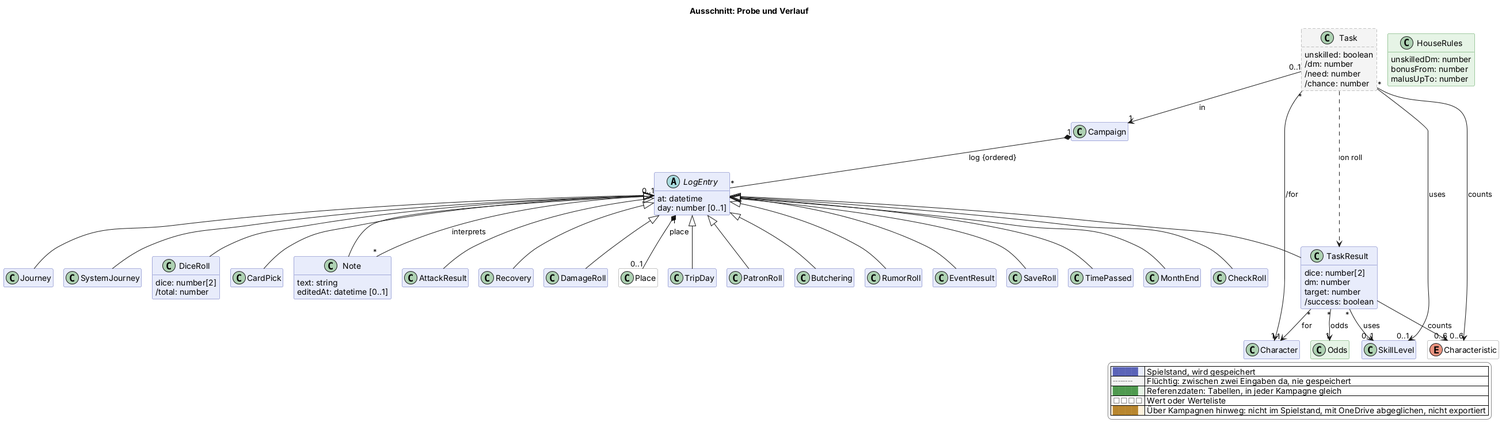
This is docs/views/probe.png from scuzzar/SRE, a PlantUML export, as it was before one commit.
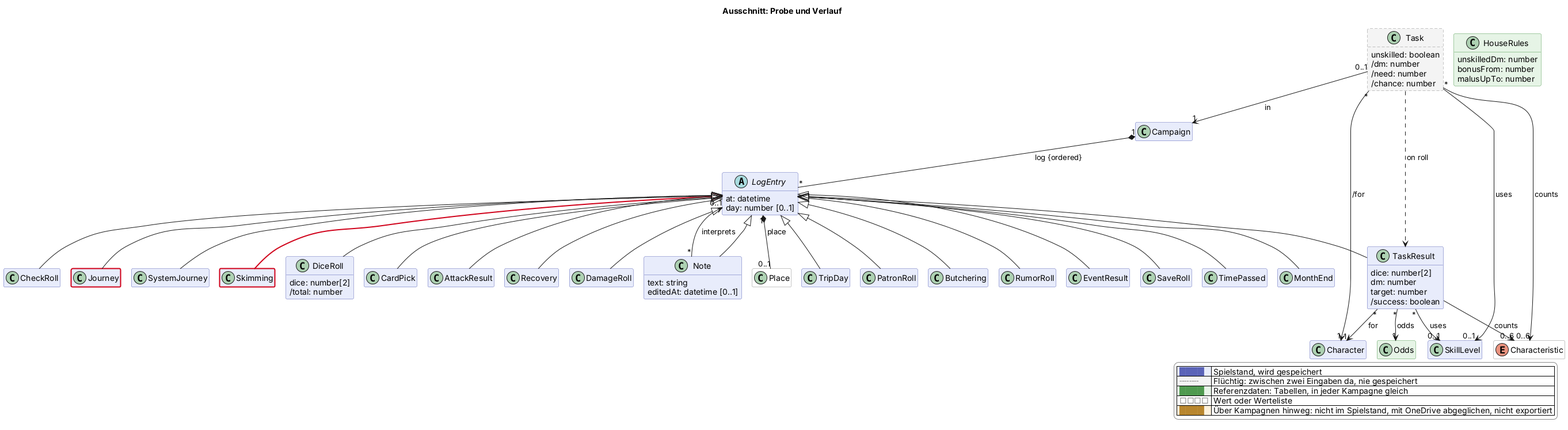
After the change.

Change to the diagram source:
```diff
@@ -74,6 +74,7 @@
   class SkillLevel $charakter
 
 
+  class Skimming $raum $newClass("2026-11-21b")
 
 
 
@@ -132,6 +133,7 @@
 Campaign "1" *-- "*" LogEntry : log {ordered}
 
 
+LogEntry <|-$newArrow("2026-11-21b")- Skimming
 
 LogEntry <|-- TimePassed
 LogEntry <|-- CheckRoll
@@ -181,4 +183,5 @@
   |<#ffffff> <color:#8a8a8a>□□□□</color> | Wert oder Werteliste |
   |<#fdf1dc> <color:#b8862e>████</color> | Über Kampagnen hinweg: nicht im Spielstand, mit OneDrive abgeglichen, nicht exportiert |
 endlegend
+class Journey #line:d0021b;line.bold
 @enduml
```
